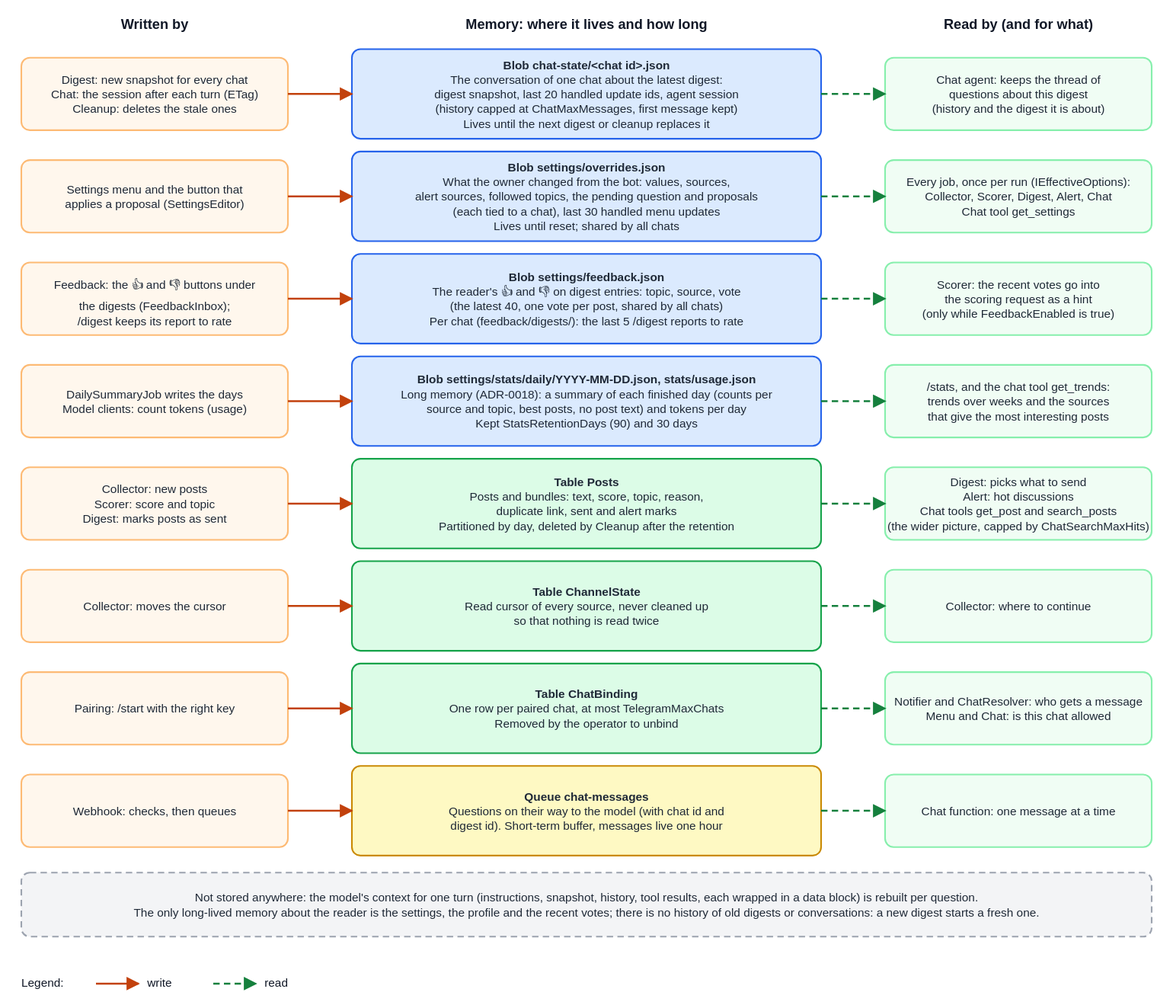
The draw.io diagram docs/developer-guide/images/memory.drawio.svg in KopylP/signal-feed, before a commit. Source tidied: cells renumbered, new cells last; positions are measured from the earlier drawing's top-left corner, leaving out a move shared by most shapes.
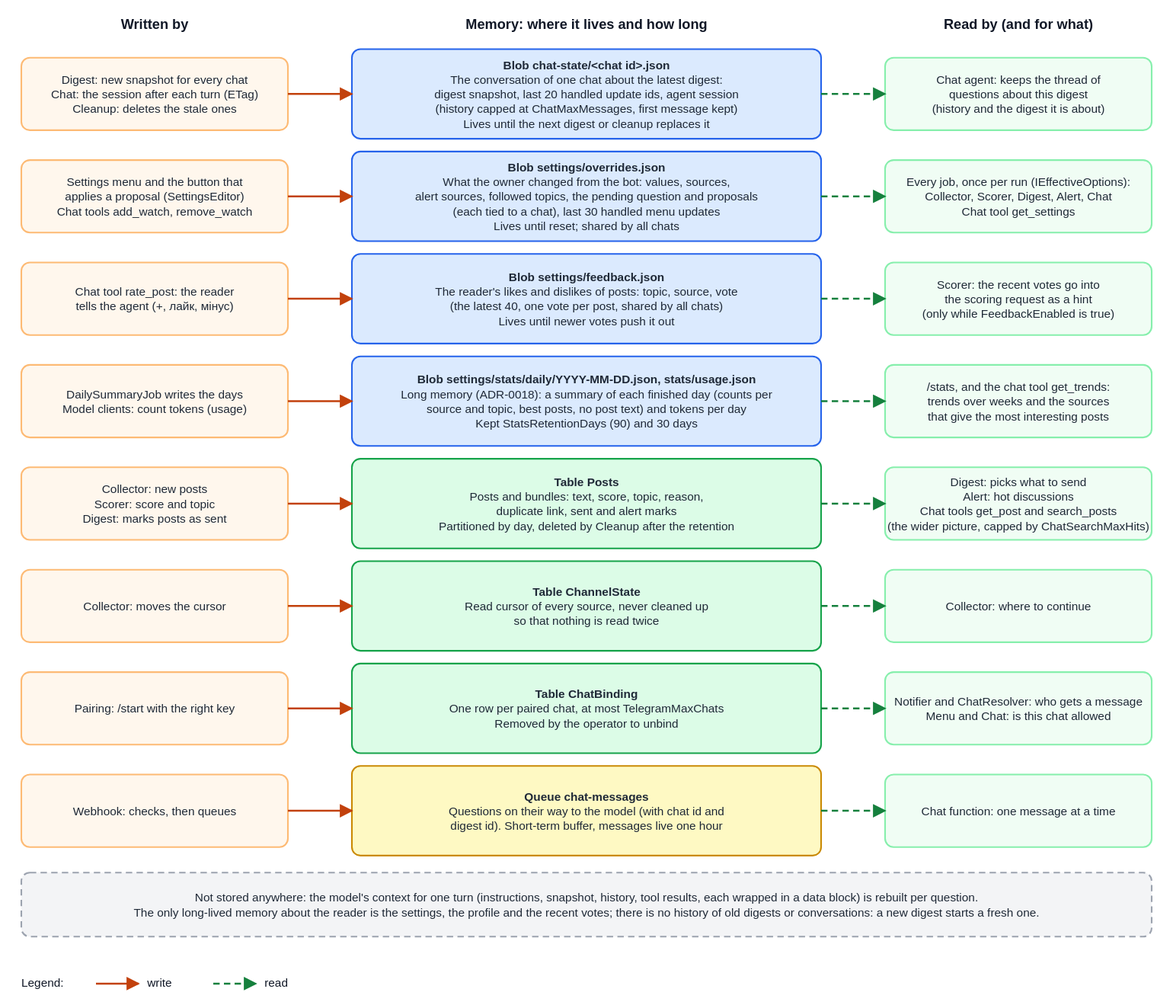
The same file after the commit.

Diff of the diagram source:
```diff
@@ -50,7 +50,7 @@
     <mxCell id="15" style="rounded=1;arcSize=6;html=1;strokeColor=#fdba74;fillColor=#fff7ed;strokeWidth=1.5;" parent="1" vertex="1">
       <mxGeometry y="136" width="250" height="68" as="geometry" />
     </mxCell>
-    <mxCell id="16" value="Settings menu and the button that&lt;br&gt;applies a proposal (SettingsEditor)" style="text;html=1;whiteSpace=wrap;align=center;verticalAlign=top;spacing=0;fontSize=11;fontColor=#1f2937;" parent="1" vertex="1">
+    <mxCell id="16" value="Settings menu and the button that&lt;br&gt;applies a proposal (SettingsEditor)&lt;br&gt;Chat tools add_watch, remove_watch" style="text;html=1;whiteSpace=wrap;align=center;verticalAlign=top;spacing=0;fontSize=11;fontColor=#1f2937;" parent="1" vertex="1">
       <mxGeometry y="156.2" width="250" height="29.5" as="geometry" />
     </mxCell>
     <mxCell id="17" style="rounded=1;arcSize=6;html=1;strokeColor=#86efac;fillColor=#f0fdf4;strokeWidth=1.5;" parent="1" vertex="1">
@@ -74,13 +74,13 @@
     <mxCell id="21" style="rounded=1;arcSize=6;html=1;strokeColor=#2563eb;fillColor=#dbeafe;strokeWidth=1.5;" parent="1" vertex="1">
       <mxGeometry x="310" y="224" width="440" height="84" as="geometry" />
     </mxCell>
-    <mxCell id="22" value="&lt;b&gt;Blob  settings/feedback.json&lt;/b&gt;&lt;br&gt;The reader's 👍 and 👎 on digest entries: topic, source, vote&lt;br&gt;(the latest 40, one vote per post, shared by all chats)&lt;br&gt;Per chat (feedback/digests/): the last 5 /digest reports to rate" style="text;html=1;whiteSpace=wrap;align=center;verticalAlign=top;spacing=0;fontSize=11;fontColor=#1f2937;" parent="1" vertex="1">
+    <mxCell id="22" value="&lt;b&gt;Blob  settings/feedback.json&lt;/b&gt;&lt;br&gt;The reader's likes and dislikes of posts: topic, source, vote&lt;br&gt;(the latest 40, one vote per post, shared by all chats)&lt;br&gt;Lives until newer votes push it out" style="text;html=1;whiteSpace=wrap;align=center;verticalAlign=top;spacing=0;fontSize=11;fontColor=#1f2937;" parent="1" vertex="1">
       <mxGeometry x="310" y="238.5" width="440" height="57" as="geometry" />
     </mxCell>
     <mxCell id="23" style="rounded=1;arcSize=6;html=1;strokeColor=#fdba74;fillColor=#fff7ed;strokeWidth=1.5;" parent="1" vertex="1">
       <mxGeometry y="232" width="250" height="68" as="geometry" />
     </mxCell>
-    <mxCell id="24" value="Feedback: the 👍 and 👎 buttons under&lt;br&gt;the digests (FeedbackInbox);&lt;br&gt;/digest keeps its report to rate" style="text;html=1;whiteSpace=wrap;align=center;verticalAlign=top;spacing=0;fontSize=11;fontColor=#1f2937;" parent="1" vertex="1">
+    <mxCell id="24" value="Chat tool rate_post: the reader&lt;br&gt;tells the agent (+, лайк, мінус)" style="text;html=1;whiteSpace=wrap;align=center;verticalAlign=top;spacing=0;fontSize=11;fontColor=#1f2937;" parent="1" vertex="1">
       <mxGeometry y="252.2" width="250" height="29.5" as="geometry" />
     </mxCell>
     <mxCell id="25" style="rounded=1;arcSize=6;html=1;strokeColor=#86efac;fillColor=#f0fdf4;strokeWidth=1.5;" parent="1" vertex="1">
```
